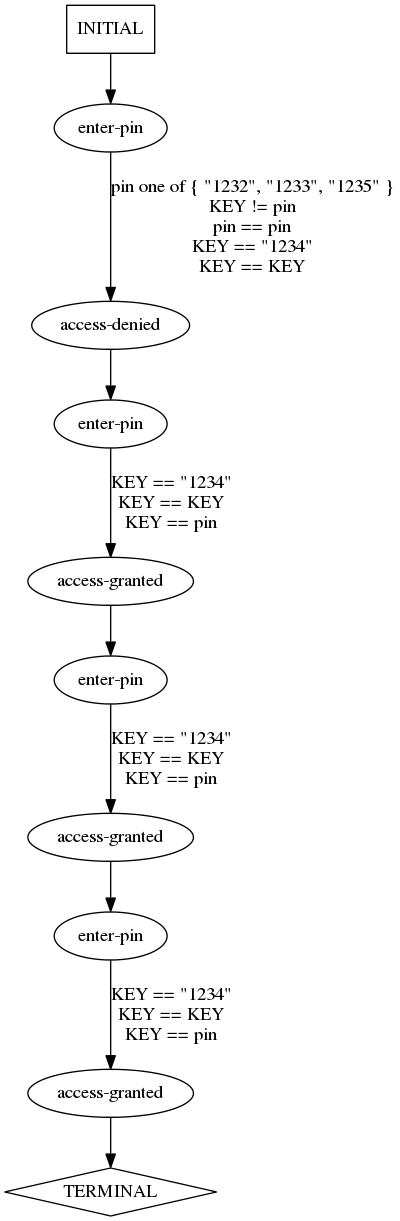
This is traces/abstract/verify-pin/predicted-paths/verify-pin-test2.dot.png from ModelInference/synoptic, a Graphviz export, as it was before one commit. Its source is kept beside it as traces/abstract/verify-pin/predicted-paths/verify-pin-test2.dot.
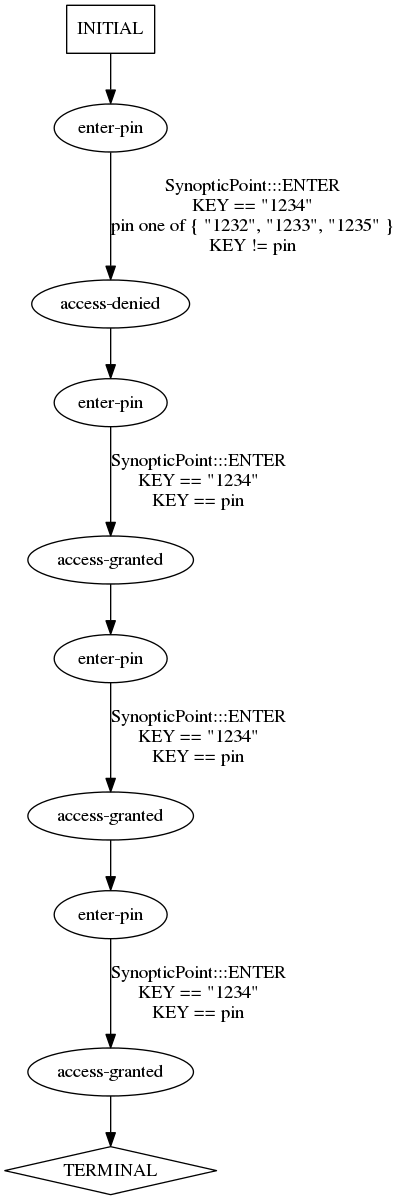
After the commit.

Diff of the diagram source:
```diff
@@ -13,9 +13,9 @@
 1->6 [label="",];
 2->7 [label="",];
 3->8 [label="",];
-4->0 [label="pin one of { \"1232\", \"1233\", \"1235\" }\nKEY != pin\npin == pin\nKEY == \"1234\"\nKEY == KEY",];
-5->1 [label="KEY == \"1234\"\nKEY == KEY\nKEY == pin",];
-6->2 [label="KEY == \"1234\"\nKEY == KEY\nKEY == pin",];
-7->3 [label="KEY == \"1234\"\nKEY == KEY\nKEY == pin",];
+4->0 [label="SynopticPoint:::ENTER\nKEY == \"1234\"\npin one of { \"1232\", \"1233\", \"1235\" }\nKEY != pin\n",];
+5->1 [label="SynopticPoint:::ENTER\nKEY == \"1234\"\nKEY == pin\n",];
+6->2 [label="SynopticPoint:::ENTER\nKEY == \"1234\"\nKEY == pin\n",];
+7->3 [label="SynopticPoint:::ENTER\nKEY == \"1234\"\nKEY == pin\n",];
 9->4 [label="",];
 } // digraph {
```
